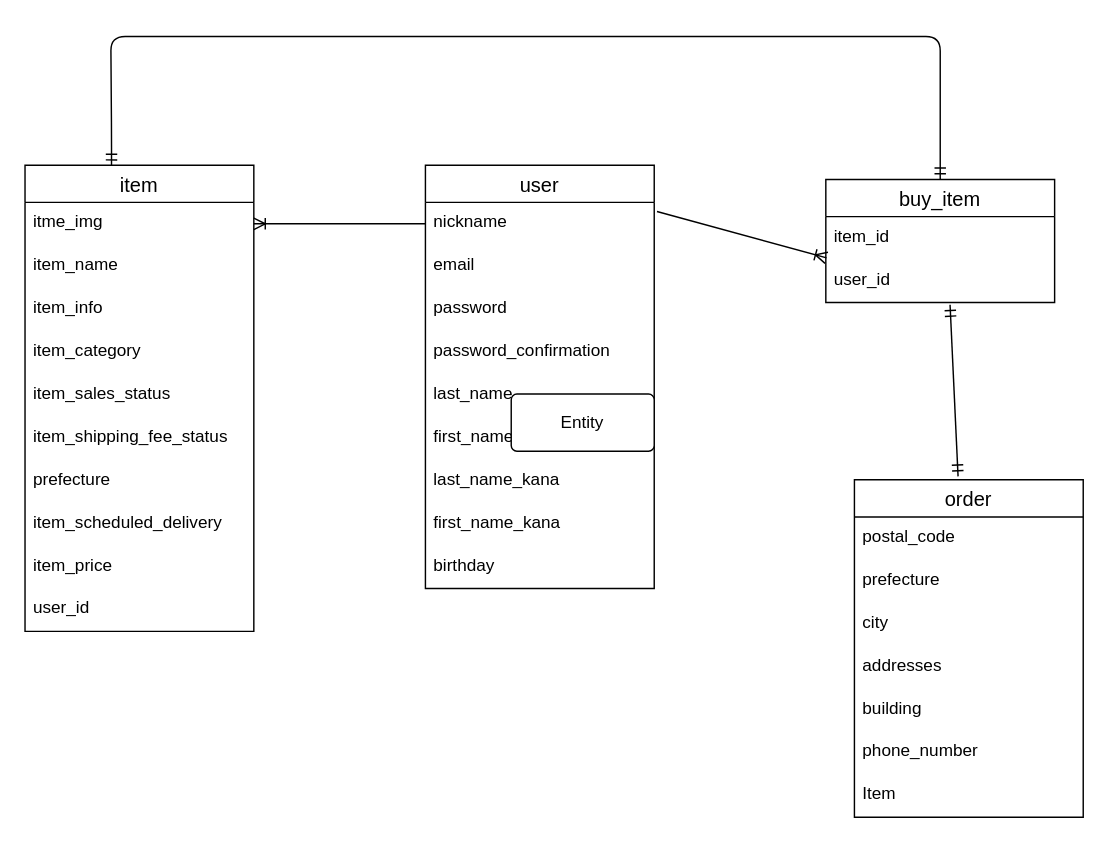
Above: er.dio in D0lph1n25/furima-39574 (draw.io), before the change. Source tidied: cells renumbered, new cells numbered last; positions are measured from the earlier drawing's top-left corner, leaving out a move shared by most shapes. Both pictures are drawn from the tidied source at 143%, with x=0, y=0 at pixel (24, 36).
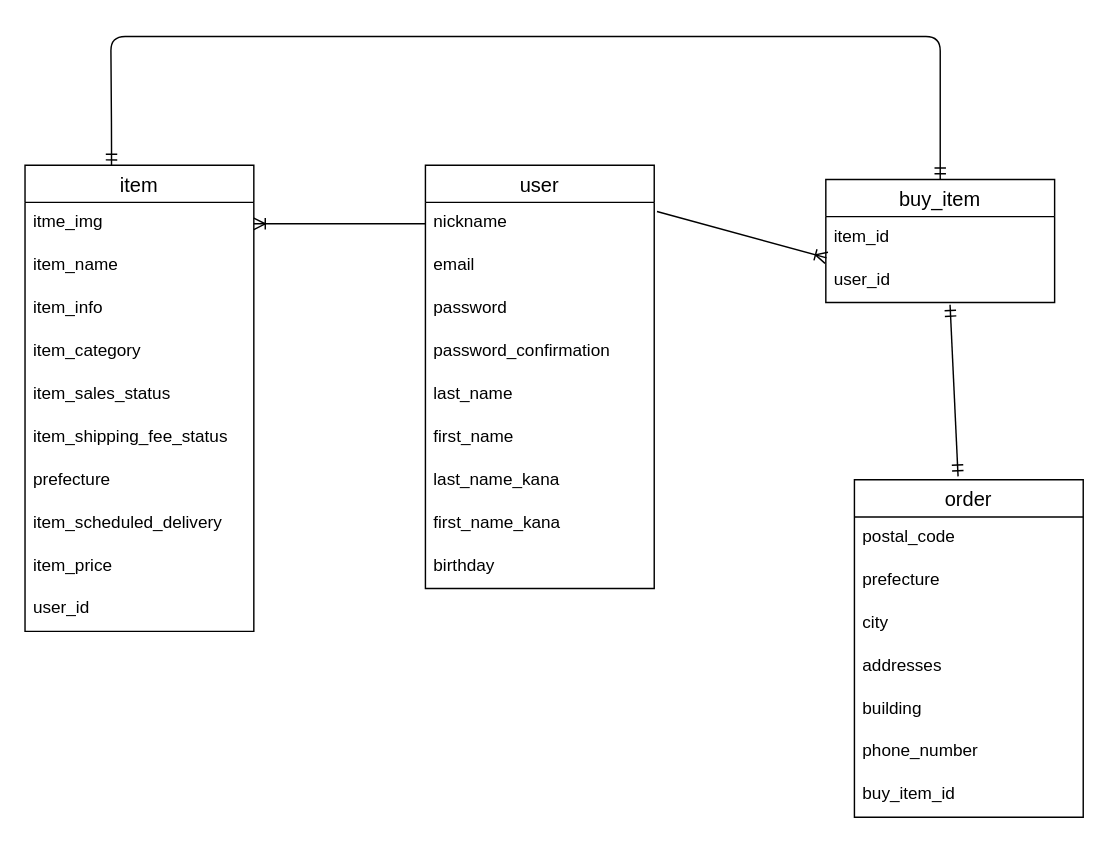
The same page after the edit.

The change refers to these unchanged cells:
```xml
<mxCell id="23" value="order" style="swimlane;fontStyle=0;horizontal=1;startSize=26;align=center;fontSize=14;" parent="1" vertex="1">
  <mxGeometry x="580" y="310" width="160" height="236" as="geometry" />
</mxCell>
```

The edit, as a diff of the source:
```diff
@@
-    <mxCell id="30" value="Item" style="text;strokeColor=none;fillColor=none;spacingLeft=4;spacingRight=4;overflow=hidden;fontSize=12;" parent="23" vertex="1">
+    <mxCell id="30" value="buy_item_id" style="text;strokeColor=none;fillColor=none;spacingLeft=4;spacingRight=4;overflow=hidden;fontSize=12;" parent="23" vertex="1">
       <mxGeometry y="206" width="160" height="30" as="geometry" />
     </mxCell>
@@
-    <mxCell id="38" value="Entity" style="rounded=1;arcSize=10;whiteSpace=wrap;html=1;align=center;" parent="1" vertex="1">
-      <mxGeometry x="340" y="250" width="100" height="40" as="geometry" />
-    </mxCell>
```
